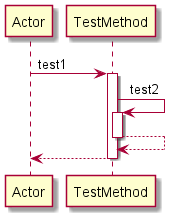
Before: Diagrams/test1.png, a diagram exported from PlantUML (manucapo/Gardener). Source of this version:
```plantuml
@startuml
participant Actor
Actor -> TestMethod: test1
activate TestMethod
TestMethod -> TestMethod: test2
activate TestMethod
TestMethod-->TestMethod
deactivate TestMethod
return
@enduml
```
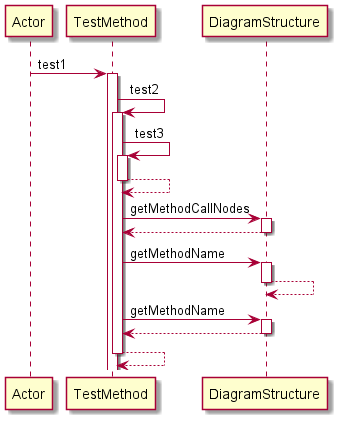
The same diagram one commit later.

What changed in the source:
```diff
@@ -4,7 +4,21 @@
 activate TestMethod
 TestMethod -> TestMethod: test2
 activate TestMethod
+TestMethod -> TestMethod: test3
+activate TestMethod
 TestMethod-->TestMethod
 deactivate TestMethod
+TestMethod -> DiagramStructure: getMethodCallNodes
+activate DiagramStructure
+DiagramStructure-->TestMethod
+deactivate DiagramStructure
+TestMethod -> DiagramStructure: getMethodName
+activate DiagramStructure
+DiagramStructure-->DiagramStructure
+deactivate DiagramStructure
+TestMethod -> DiagramStructure: getMethodName
+activate DiagramStructure
+DiagramStructure-->TestMethod
+deactivate DiagramStructure
 return
 @enduml
```
